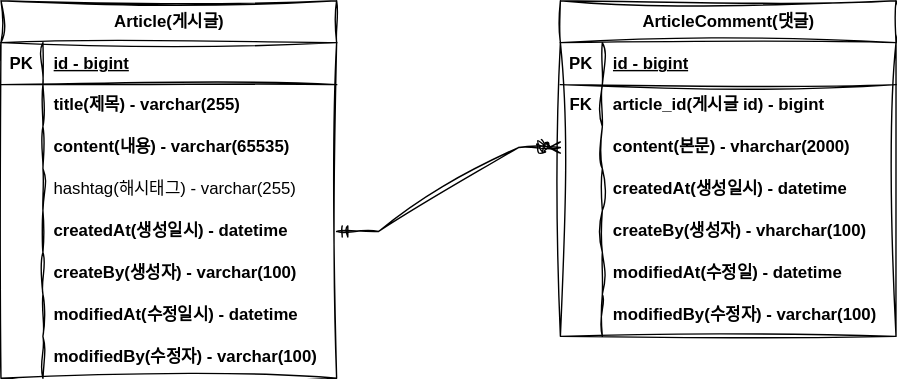
newbe01/board-service keeps this draw.io diagram as document/project-board-erd.svg. Above is the earlier version. Source tidied: cells renumbered, new cells last; positions are measured from the earlier drawing's top-left corner, leaving out a move shared by most shapes.
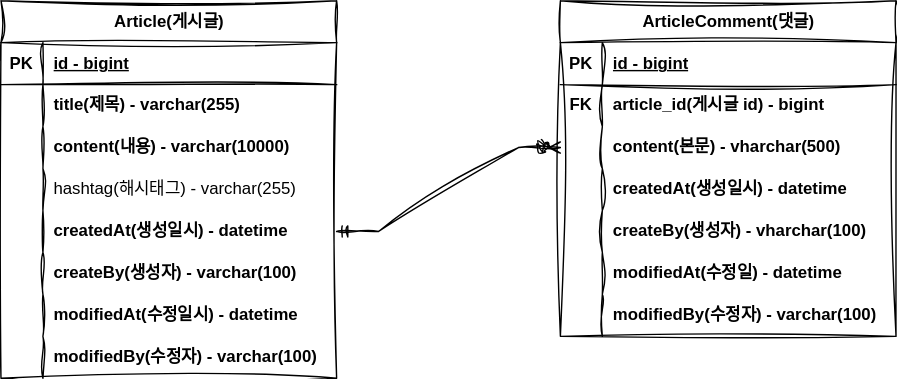
Above is the later version.

Commit message:
#6 - ERD 업데이트 : content 사이즈 변경

What changed in the source:
```diff
@@ -29,7 +29,7 @@
     <mxCell id="10" style="shape=partialRectangle;fillColor=none;top=0;left=0;bottom=0;right=0;overflow=hidden;whiteSpace=wrap;html=1;rounded=0;sketch=1;curveFitting=1;jiggle=2;" parent="9" vertex="1">
       <mxGeometry width="30" height="30" as="geometry" />
     </mxCell>
-    <mxCell id="11" value="content(내용) - varchar(65535)" style="shape=partialRectangle;fillColor=none;top=0;left=0;bottom=0;right=0;align=left;spacingLeft=6;overflow=hidden;whiteSpace=wrap;html=1;rounded=0;sketch=1;curveFitting=1;jiggle=2;fontStyle=1;" parent="9" vertex="1">
+    <mxCell id="11" value="content(내용) - varchar(10000)" style="shape=partialRectangle;fillColor=none;top=0;left=0;bottom=0;right=0;align=left;spacingLeft=6;overflow=hidden;whiteSpace=wrap;html=1;rounded=0;sketch=1;curveFitting=1;jiggle=2;fontStyle=1;" parent="9" vertex="1">
       <mxGeometry x="30" width="210" height="30" as="geometry" />
     </mxCell>
     <mxCell id="12" style="shape=tableRow;horizontal=0;startSize=0;swimlaneHead=0;swimlaneBody=0;fillColor=none;top=0;left=0;right=0;bottom=0;rounded=0;sketch=1;curveFitting=1;jiggle=2;" parent="2" vertex="1">
@@ -104,7 +104,7 @@
     <mxCell id="35" style="shape=partialRectangle;fillColor=none;top=0;left=0;bottom=0;right=0;overflow=hidden;whiteSpace=wrap;html=1;rounded=0;sketch=1;curveFitting=1;jiggle=2;" parent="34" vertex="1">
       <mxGeometry width="30" height="30" as="geometry" />
     </mxCell>
-    <mxCell id="36" value="content(본문) - vharchar(2000)" style="shape=partialRectangle;fillColor=none;top=0;left=0;bottom=0;right=0;align=left;spacingLeft=6;overflow=hidden;whiteSpace=wrap;html=1;rounded=0;sketch=1;curveFitting=1;jiggle=2;fontStyle=1;" parent="34" vertex="1">
+    <mxCell id="36" value="content(본문) - vharchar(500)" style="shape=partialRectangle;fillColor=none;top=0;left=0;bottom=0;right=0;align=left;spacingLeft=6;overflow=hidden;whiteSpace=wrap;html=1;rounded=0;sketch=1;curveFitting=1;jiggle=2;fontStyle=1;" parent="34" vertex="1">
       <mxGeometry x="30" width="210" height="30" as="geometry" />
     </mxCell>
     <mxCell id="37" style="shape=tableRow;horizontal=0;startSize=0;swimlaneHead=0;swimlaneBody=0;fillColor=none;top=0;left=0;right=0;bottom=0;rounded=0;sketch=1;curveFitting=1;jiggle=2;" parent="27" vertex="1">
```
